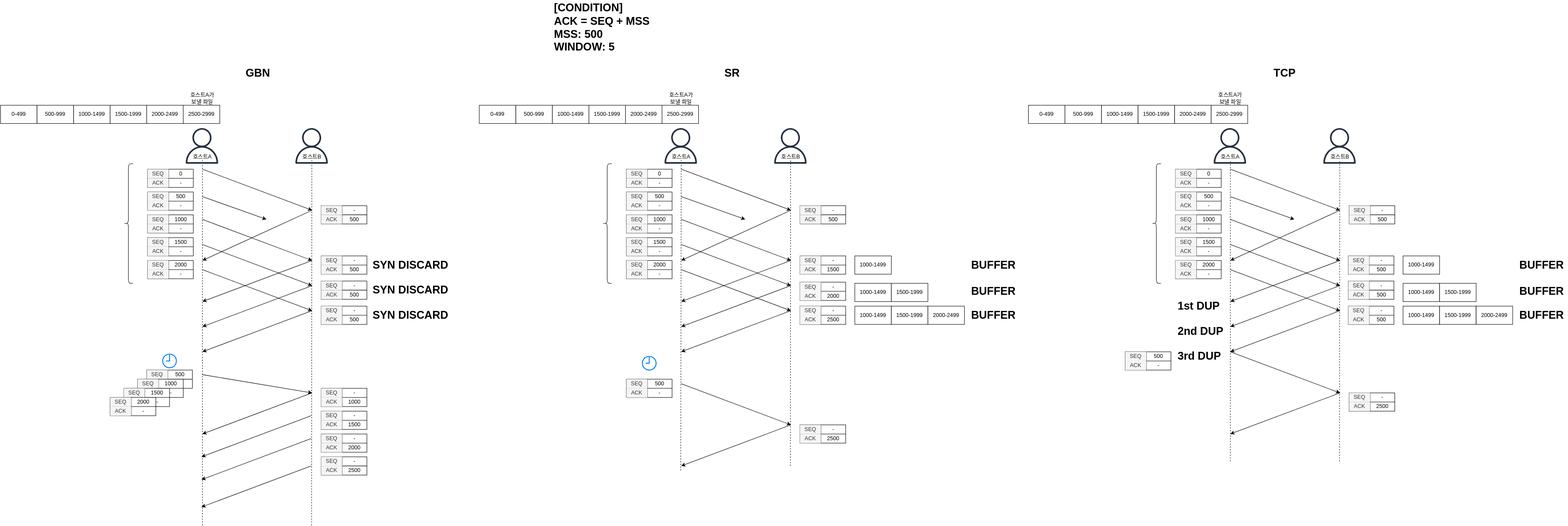
The draw.io diagram 18/yongki/assets/tcp-gbn-sr.drawio.svg in cs-study-org/cs-study, before a commit. Source tidied: cells renumbered, new cells last; positions are measured from the earlier drawing's top-left corner, leaving out a move shared by most shapes.
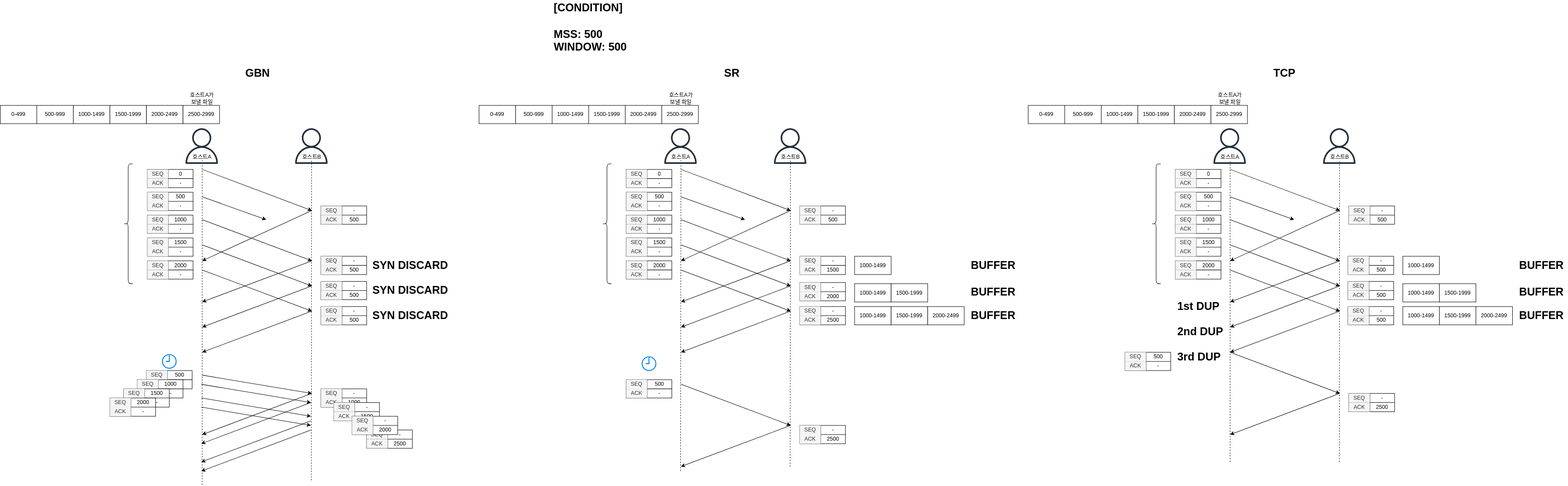
Later version of the same file.

Commit message:
:speech_balloon: Add multiple packet per rss

Diff of the diagram source:
```diff
@@ -185,7 +185,7 @@
         <mxPoint x="1730" y="625" as="targetPoint" />
       </mxGeometry>
     </mxCell>
-    <mxCell id="55" value="&lt;b style=&quot;font-size: 24px&quot;&gt;[CONDITION]&lt;br&gt;ACK = SEQ + MSS&lt;br&gt;MSS: 500&lt;br&gt;WINDOW: 5&lt;/b&gt;" style="text;html=1;strokeColor=none;fillColor=none;align=left;verticalAlign=middle;whiteSpace=wrap;rounded=0;" parent="1" vertex="1">
+    <mxCell id="55" value="&lt;b style=&quot;font-size: 24px&quot;&gt;[CONDITION]&lt;br&gt;&lt;br&gt;MSS: 500&lt;br&gt;WINDOW: 500&lt;/b&gt;" style="text;html=1;strokeColor=none;fillColor=none;align=left;verticalAlign=middle;whiteSpace=wrap;rounded=0;" parent="1" vertex="1">
       <mxGeometry x="1210" width="300" height="120" as="geometry" />
     </mxCell>
     <mxCell id="56" style="endArrow=classic;html=1;" parent="1" edge="1">
@@ -304,13 +304,13 @@
     </mxCell>
     <mxCell id="89" style="endArrow=none;dashed=1;html=1;" parent="1" edge="1">
       <mxGeometry relative="1" as="geometry">
-        <mxPoint x="442" y="1150" as="sourcePoint" />
+        <mxPoint x="442" y="1060" as="sourcePoint" />
         <mxPoint x="442" y="350" as="targetPoint" />
       </mxGeometry>
     </mxCell>
     <mxCell id="90" style="endArrow=none;dashed=1;html=1;" parent="1" edge="1">
       <mxGeometry relative="1" as="geometry">
-        <mxPoint x="681" y="1150" as="sourcePoint" />
+        <mxPoint x="681" y="1050" as="sourcePoint" />
         <mxPoint x="681.5" y="350" as="targetPoint" />
       </mxGeometry>
     </mxCell>
@@ -585,7 +585,7 @@
       <mxGeometry x="400" y="230" width="80" height="40" as="geometry" />
     </mxCell>
     <mxCell id="170" style="shape=table;startSize=0;" parent="1" vertex="1">
-      <mxGeometry x="702" y="1000" width="100" height="40" as="geometry" />
+      <mxGeometry x="802" y="940" width="100" height="40" as="geometry" />
     </mxCell>
     <mxCell id="171" style="shape=partialRectangle;fillColor=none;top=0;left=0;bottom=0;right=0;" parent="170" vertex="1">
       <mxGeometry width="100" height="20" as="geometry" />
@@ -673,12 +673,12 @@
     </mxCell>
     <mxCell id="199" style="endArrow=classic;html=1;" parent="1" edge="1">
       <mxGeometry relative="1" as="geometry">
-        <mxPoint x="680" y="910" as="sourcePoint" />
-        <mxPoint x="440" y="1000" as="targetPoint" />
+        <mxPoint x="680" y="880" as="sourcePoint" />
+        <mxPoint x="440" y="970" as="targetPoint" />
       </mxGeometry>
     </mxCell>
     <mxCell id="200" style="shape=table;startSize=0;" parent="1" vertex="1">
-      <mxGeometry x="702" y="900" width="100" height="40" as="geometry" />
+      <mxGeometry x="730" y="880" width="100" height="40" as="geometry" />
     </mxCell>
     <mxCell id="201" style="shape=partialRectangle;fillColor=none;top=0;left=0;bottom=0;right=0;" parent="200" vertex="1">
       <mxGeometry width="100" height="20" as="geometry" />
@@ -700,12 +700,12 @@
     </mxCell>
     <mxCell id="207" style="endArrow=classic;html=1;" parent="1" edge="1">
       <mxGeometry relative="1" as="geometry">
-        <mxPoint x="680" y="960" as="sourcePoint" />
-        <mxPoint x="440" y="1050" as="targetPoint" />
+        <mxPoint x="680" y="920" as="sourcePoint" />
+        <mxPoint x="440" y="1010" as="targetPoint" />
       </mxGeometry>
     </mxCell>
     <mxCell id="208" style="shape=table;startSize=0;" parent="1" vertex="1">
-      <mxGeometry x="702" y="950" width="100" height="40" as="geometry" />
+      <mxGeometry x="770" y="910" width="100" height="40" as="geometry" />
     </mxCell>
     <mxCell id="209" style="shape=partialRectangle;fillColor=none;top=0;left=0;bottom=0;right=0;" parent="208" vertex="1">
       <mxGeometry width="100" height="20" as="geometry" />
@@ -1027,8 +1027,8 @@
     </mxCell>
     <mxCell id="302" style="endArrow=classic;html=1;" parent="1" edge="1">
       <mxGeometry relative="1" as="geometry">
-        <mxPoint x="680" y="1020" as="sourcePoint" />
-        <mxPoint x="440" y="1110" as="targetPoint" />
+        <mxPoint x="680" y="940" as="sourcePoint" />
+        <mxPoint x="440" y="1030" as="targetPoint" />
       </mxGeometry>
     </mxCell>
     <mxCell id="303" value="&lt;h1&gt;SYN DISCARD&lt;/h1&gt;" style="text;html=1;strokeColor=none;fillColor=none;spacing=5;spacingTop=-20;whiteSpace=wrap;overflow=hidden;rounded=0;" parent="1" vertex="1">
@@ -1271,5 +1271,23 @@
     <mxCell id="382" value="1500-1999" style="rounded=0;whiteSpace=wrap;html=1;" parent="1" vertex="1">
       <mxGeometry x="3150" y="620" width="80" height="40" as="geometry" />
     </mxCell>
+    <mxCell id="383" style="endArrow=classic;html=1;" parent="1" edge="1">
+      <mxGeometry relative="1" as="geometry">
+        <mxPoint x="440" y="840" as="sourcePoint" />
+        <mxPoint x="680" y="880" as="targetPoint" />
+      </mxGeometry>
+    </mxCell>
+    <mxCell id="384" style="endArrow=classic;html=1;" parent="1" edge="1">
+      <mxGeometry relative="1" as="geometry">
+        <mxPoint x="440" y="870" as="sourcePoint" />
+        <mxPoint x="680" y="910" as="targetPoint" />
+      </mxGeometry>
+    </mxCell>
+    <mxCell id="385" style="endArrow=classic;html=1;" parent="1" edge="1">
+      <mxGeometry relative="1" as="geometry">
+        <mxPoint x="440" y="890" as="sourcePoint" />
+        <mxPoint x="680" y="930" as="targetPoint" />
+      </mxGeometry>
+    </mxCell>
   </root>
 </mxGraphModel>
```
